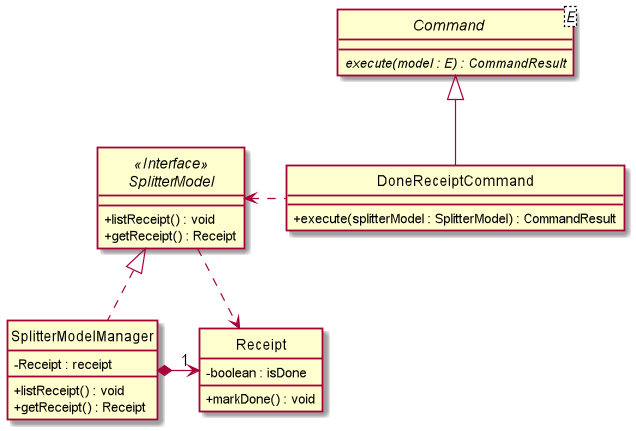
AY1920S2-CS2103T-W13-1/main keeps this PlantUML diagram as images/ExpenseSplitterDoneReceiptCommandClassDiagram.png. Above is the earlier version. Source of this version:
```plantuml
@startuml

skinparam backgroundColor #ffffff
skinparam classAttributeIconSize 0
hide circle


abstract class Command<E> {
    {abstract} execute(model : E) : CommandResult
}

class DoneReceiptCommand extends Command {
    + execute(splitterModel : SplitterModel) : CommandResult
}

interface SplitterModel <<Interface>> {
    + listReceipt() : void
    + getReceipt() : Receipt
}

class SplitterModelManager implements SplitterModel {
    - Receipt : receipt

    + listReceipt() : void
    + getReceipt() : Receipt
}

class Receipt {
    - boolean : isDone

    + markDone() : void
}


DoneReceiptCommand .left.> SplitterModel
SplitterModelManager *-right->"1" Receipt
SplitterModel ..> Receipt

@enduml
```
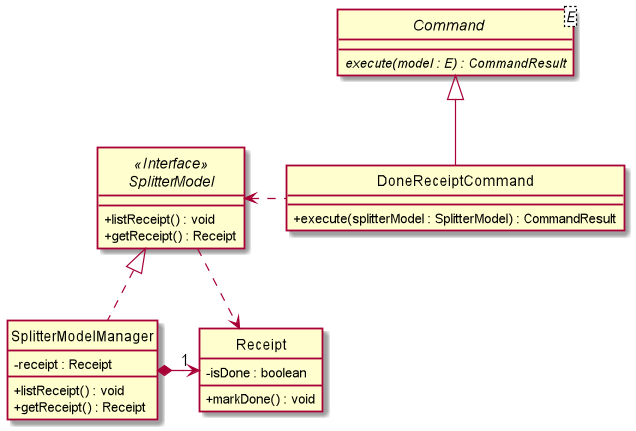
After the change.

What changed in the source:
```diff
@@ -19,14 +19,14 @@
 }
 
 class SplitterModelManager implements SplitterModel {
-    - Receipt : receipt
+    - receipt : Receipt
 
     + listReceipt() : void
     + getReceipt() : Receipt
 }
 
 class Receipt {
-    - boolean : isDone
+    - isDone : boolean
 
     + markDone() : void
 }
```
